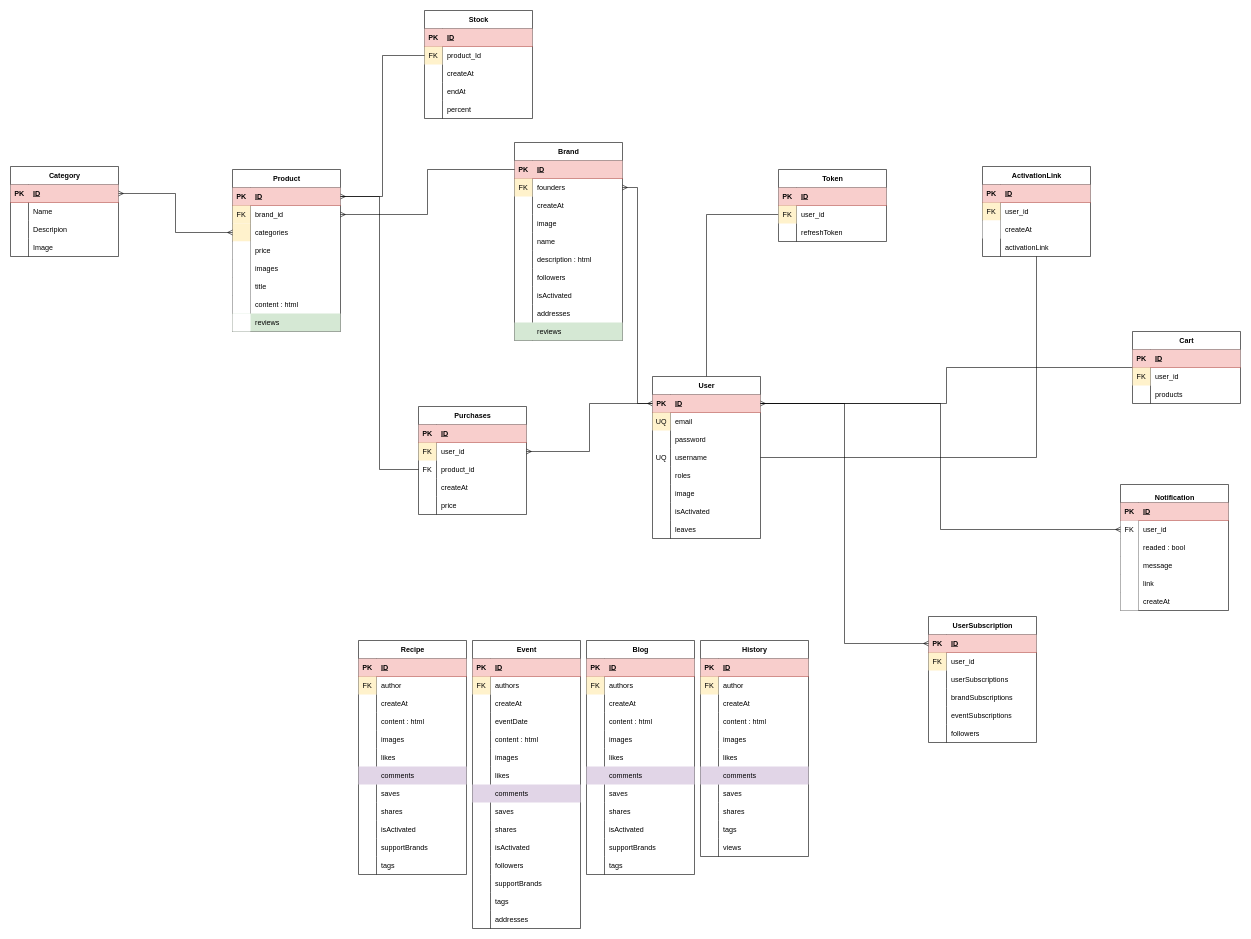
This is Диаграмма без названия.drawio from Dulatbay/gowebhackathon, a draw.io file, before an edit. Source tidied: cells renumbered, new cells numbered last; positions are measured from the earlier drawing's top-left corner, leaving out a move shared by most shapes. Both pictures are drawn from the tidied source at 60%, with x=0, y=0 at pixel (10, 10).
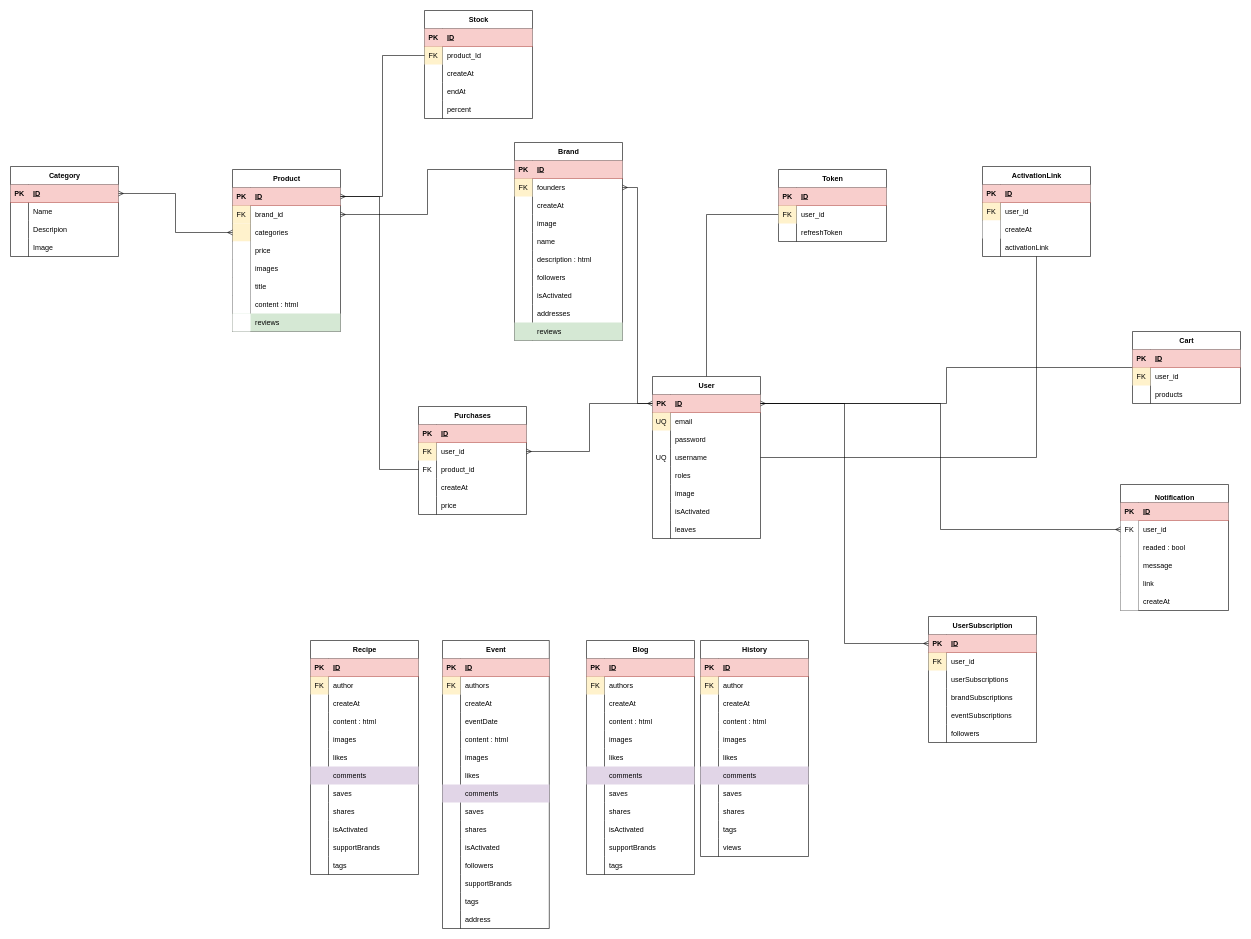
The same diagram, later.

Commit message:
Архитектура базы данных

What changed in the source:
```diff
@@
     <mxCell id="101" value="Event" style="shape=table;startSize=30;childLayout=tableLayout;rowLines=0;fontStyle=1;align=center;html=1;strokeWidth=1;" parent="1" vertex="1">
-      <mxGeometry x="770" y="1050" width="180" height="480" as="geometry" />
+      <mxGeometry x="720" y="1050" width="178" height="480" as="geometry" />
     </mxCell>
     <mxCell id="102" style="shape=tableRow;horizontal=0;startSize=0;swimlaneHead=0;swimlaneBody=0;fillColor=#f8cecc;top=0;left=0;right=0;bottom=1;strokeColor=#b85450;" parent="101" vertex="1">
-      <mxGeometry y="30" width="180" height="30" as="geometry" />
+      <mxGeometry y="30" width="178" height="30" as="geometry" />
     </mxCell>
@@
     <mxCell id="104" value="ID" style="shape=partialRectangle;fillColor=none;top=0;left=0;bottom=0;right=0;align=left;spacingLeft=6;fontStyle=5;overflow=hidden;whiteSpace=wrap;html=1;" parent="102" vertex="1">
-      <mxGeometry x="30" width="150" height="30" as="geometry" />
+      <mxGeometry x="30" width="148" height="30" as="geometry" />
     </mxCell>
     <mxCell id="105" style="shape=tableRow;horizontal=0;startSize=0;swimlaneHead=0;swimlaneBody=0;fillColor=none;top=0;left=0;right=0;bottom=0;" parent="101" vertex="1">
-      <mxGeometry y="60" width="180" height="30" as="geometry" />
+      <mxGeometry y="60" width="178" height="30" as="geometry" />
     </mxCell>
@@
     <mxCell id="107" value="authors" style="shape=partialRectangle;fillColor=none;top=0;left=0;bottom=0;right=0;align=left;spacingLeft=6;overflow=hidden;whiteSpace=wrap;html=1;" parent="105" vertex="1">
-      <mxGeometry x="30" width="150" height="30" as="geometry" />
+      <mxGeometry x="30" width="148" height="30" as="geometry" />
     </mxCell>
     <mxCell id="108" style="shape=tableRow;horizontal=0;startSize=0;swimlaneHead=0;swimlaneBody=0;fillColor=none;top=0;left=0;right=0;bottom=0;" parent="101" vertex="1">
-      <mxGeometry y="90" width="180" height="30" as="geometry" />
+      <mxGeometry y="90" width="178" height="30" as="geometry" />
     </mxCell>
@@
     <mxCell id="110" value="createAt" style="shape=partialRectangle;fillColor=none;top=0;left=0;bottom=0;right=0;align=left;spacingLeft=6;overflow=hidden;whiteSpace=wrap;html=1;" parent="108" vertex="1">
-      <mxGeometry x="30" width="150" height="30" as="geometry" />
+      <mxGeometry x="30" width="148" height="30" as="geometry" />
     </mxCell>
     <mxCell id="111" style="shape=tableRow;horizontal=0;startSize=0;swimlaneHead=0;swimlaneBody=0;fillColor=none;top=0;left=0;right=0;bottom=0;" parent="101" vertex="1">
-      <mxGeometry y="120" width="180" height="30" as="geometry" />
+      <mxGeometry y="120" width="178" height="30" as="geometry" />
     </mxCell>
@@
     <mxCell id="113" value="eventDate" style="shape=partialRectangle;fillColor=none;top=0;left=0;bottom=0;right=0;align=left;spacingLeft=6;overflow=hidden;whiteSpace=wrap;html=1;" parent="111" vertex="1">
-      <mxGeometry x="30" width="150" height="30" as="geometry" />
+      <mxGeometry x="30" width="148" height="30" as="geometry" />
     </mxCell>
     <mxCell id="114" style="shape=tableRow;horizontal=0;startSize=0;swimlaneHead=0;swimlaneBody=0;fillColor=none;top=0;left=0;right=0;bottom=0;" parent="101" vertex="1">
-      <mxGeometry y="150" width="180" height="30" as="geometry" />
+      <mxGeometry y="150" width="178" height="30" as="geometry" />
     </mxCell>
@@
     <mxCell id="116" value="content : html" style="shape=partialRectangle;fillColor=none;top=0;left=0;bottom=0;right=0;align=left;spacingLeft=6;overflow=hidden;whiteSpace=wrap;html=1;" parent="114" vertex="1">
-      <mxGeometry x="30" width="150" height="30" as="geometry" />
+      <mxGeometry x="30" width="148" height="30" as="geometry" />
     </mxCell>
     <mxCell id="117" style="shape=tableRow;horizontal=0;startSize=0;swimlaneHead=0;swimlaneBody=0;fillColor=none;top=0;left=0;right=0;bottom=0;" parent="101" vertex="1">
-      <mxGeometry y="180" width="180" height="30" as="geometry" />
+      <mxGeometry y="180" width="178" height="30" as="geometry" />
     </mxCell>
@@
     <mxCell id="119" value="images" style="shape=partialRectangle;fillColor=none;top=0;left=0;bottom=0;right=0;align=left;spacingLeft=6;overflow=hidden;whiteSpace=wrap;html=1;" parent="117" vertex="1">
-      <mxGeometry x="30" width="150" height="30" as="geometry" />
+      <mxGeometry x="30" width="148" height="30" as="geometry" />
     </mxCell>
     <mxCell id="120" style="shape=tableRow;horizontal=0;startSize=0;swimlaneHead=0;swimlaneBody=0;fillColor=none;top=0;left=0;right=0;bottom=0;" parent="101" vertex="1">
-      <mxGeometry y="210" width="180" height="30" as="geometry" />
+      <mxGeometry y="210" width="178" height="30" as="geometry" />
     </mxCell>
@@
     <mxCell id="122" value="likes" style="shape=partialRectangle;fillColor=none;top=0;left=0;bottom=0;right=0;align=left;spacingLeft=6;overflow=hidden;whiteSpace=wrap;html=1;" parent="120" vertex="1">
-      <mxGeometry x="30" width="150" height="30" as="geometry" />
+      <mxGeometry x="30" width="148" height="30" as="geometry" />
     </mxCell>
     <mxCell id="123" style="shape=tableRow;horizontal=0;startSize=0;swimlaneHead=0;swimlaneBody=0;fillColor=#e1d5e7;top=0;left=0;right=0;bottom=0;strokeColor=#9673a6;" parent="101" vertex="1">
-      <mxGeometry y="240" width="180" height="30" as="geometry" />
+      <mxGeometry y="240" width="178" height="30" as="geometry" />
     </mxCell>
@@
     <mxCell id="125" value="comments" style="shape=partialRectangle;fillColor=none;top=0;left=0;bottom=0;right=0;align=left;spacingLeft=6;overflow=hidden;whiteSpace=wrap;html=1;" parent="123" vertex="1">
-      <mxGeometry x="30" width="150" height="30" as="geometry" />
+      <mxGeometry x="30" width="148" height="30" as="geometry" />
     </mxCell>
     <mxCell id="126" style="shape=tableRow;horizontal=0;startSize=0;swimlaneHead=0;swimlaneBody=0;fillColor=none;top=0;left=0;right=0;bottom=0;" parent="101" vertex="1">
-      <mxGeometry y="270" width="180" height="30" as="geometry" />
+      <mxGeometry y="270" width="178" height="30" as="geometry" />
     </mxCell>
@@
     <mxCell id="128" value="saves" style="shape=partialRectangle;fillColor=none;top=0;left=0;bottom=0;right=0;align=left;spacingLeft=6;overflow=hidden;whiteSpace=wrap;html=1;" parent="126" vertex="1">
-      <mxGeometry x="30" width="150" height="30" as="geometry" />
+      <mxGeometry x="30" width="148" height="30" as="geometry" />
     </mxCell>
     <mxCell id="129" style="shape=tableRow;horizontal=0;startSize=0;swimlaneHead=0;swimlaneBody=0;fillColor=none;top=0;left=0;right=0;bottom=0;" parent="101" vertex="1">
-      <mxGeometry y="300" width="180" height="30" as="geometry" />
+      <mxGeometry y="300" width="178" height="30" as="geometry" />
     </mxCell>
@@
     <mxCell id="131" value="shares" style="shape=partialRectangle;fillColor=none;top=0;left=0;bottom=0;right=0;align=left;spacingLeft=6;overflow=hidden;whiteSpace=wrap;html=1;" parent="129" vertex="1">
-      <mxGeometry x="30" width="150" height="30" as="geometry" />
+      <mxGeometry x="30" width="148" height="30" as="geometry" />
     </mxCell>
     <mxCell id="132" style="shape=tableRow;horizontal=0;startSize=0;swimlaneHead=0;swimlaneBody=0;fillColor=none;top=0;left=0;right=0;bottom=0;" parent="101" vertex="1">
-      <mxGeometry y="330" width="180" height="30" as="geometry" />
+      <mxGeometry y="330" width="178" height="30" as="geometry" />
     </mxCell>
@@
     <mxCell id="134" value="isActivated" style="shape=partialRectangle;fillColor=none;top=0;left=0;bottom=0;right=0;align=left;spacingLeft=6;overflow=hidden;whiteSpace=wrap;html=1;" parent="132" vertex="1">
-      <mxGeometry x="30" width="150" height="30" as="geometry" />
+      <mxGeometry x="30" width="148" height="30" as="geometry" />
     </mxCell>
     <mxCell id="135" style="shape=tableRow;horizontal=0;startSize=0;swimlaneHead=0;swimlaneBody=0;fillColor=none;top=0;left=0;right=0;bottom=0;" parent="101" vertex="1">
-      <mxGeometry y="360" width="180" height="30" as="geometry" />
+      <mxGeometry y="360" width="178" height="30" as="geometry" />
     </mxCell>
@@
     <mxCell id="137" value="followers" style="shape=partialRectangle;fillColor=none;top=0;left=0;bottom=0;right=0;align=left;spacingLeft=6;overflow=hidden;whiteSpace=wrap;html=1;" parent="135" vertex="1">
-      <mxGeometry x="30" width="150" height="30" as="geometry" />
+      <mxGeometry x="30" width="148" height="30" as="geometry" />
     </mxCell>
     <mxCell id="138" style="shape=tableRow;horizontal=0;startSize=0;swimlaneHead=0;swimlaneBody=0;fillColor=none;top=0;left=0;right=0;bottom=0;" parent="101" vertex="1">
-      <mxGeometry y="390" width="180" height="30" as="geometry" />
+      <mxGeometry y="390" width="178" height="30" as="geometry" />
     </mxCell>
@@
     <mxCell id="140" value="supportBrands" style="shape=partialRectangle;fillColor=none;top=0;left=0;bottom=0;right=0;align=left;spacingLeft=6;overflow=hidden;whiteSpace=wrap;html=1;" parent="138" vertex="1">
-      <mxGeometry x="30" width="150" height="30" as="geometry" />
+      <mxGeometry x="30" width="148" height="30" as="geometry" />
     </mxCell>
     <mxCell id="141" style="shape=tableRow;horizontal=0;startSize=0;swimlaneHead=0;swimlaneBody=0;fillColor=none;top=0;left=0;right=0;bottom=0;" parent="101" vertex="1">
-      <mxGeometry y="420" width="180" height="30" as="geometry" />
+      <mxGeometry y="420" width="178" height="30" as="geometry" />
     </mxCell>
@@
     <mxCell id="143" value="tags" style="shape=partialRectangle;fillColor=none;top=0;left=0;bottom=0;right=0;align=left;spacingLeft=6;overflow=hidden;whiteSpace=wrap;html=1;" parent="141" vertex="1">
-      <mxGeometry x="30" width="150" height="30" as="geometry" />
+      <mxGeometry x="30" width="148" height="30" as="geometry" />
     </mxCell>
     <mxCell id="144" style="shape=tableRow;horizontal=0;startSize=0;swimlaneHead=0;swimlaneBody=0;fillColor=none;top=0;left=0;right=0;bottom=0;" parent="101" vertex="1">
-      <mxGeometry y="450" width="180" height="30" as="geometry" />
+      <mxGeometry y="450" width="178" height="30" as="geometry" />
     </mxCell>
@@
-    <mxCell id="146" value="addresses" style="shape=partialRectangle;fillColor=none;top=0;left=0;bottom=0;right=0;align=left;spacingLeft=6;overflow=hidden;whiteSpace=wrap;html=1;" parent="144" vertex="1">
-      <mxGeometry x="30" width="150" height="30" as="geometry" />
+    <mxCell id="146" value="address" style="shape=partialRectangle;fillColor=none;top=0;left=0;bottom=0;right=0;align=left;spacingLeft=6;overflow=hidden;whiteSpace=wrap;html=1;" parent="144" vertex="1">
+      <mxGeometry x="30" width="148" height="30" as="geometry" />
     </mxCell>
@@
     <mxCell id="327" value="Recipe" style="shape=table;startSize=30;childLayout=tableLayout;rowLines=0;fontStyle=1;align=center;html=1;strokeWidth=1;" parent="1" vertex="1">
-      <mxGeometry x="580" y="1050" width="180" height="390" as="geometry" />
+      <mxGeometry x="500" y="1050" width="180" height="390" as="geometry" />
     </mxCell>
```
